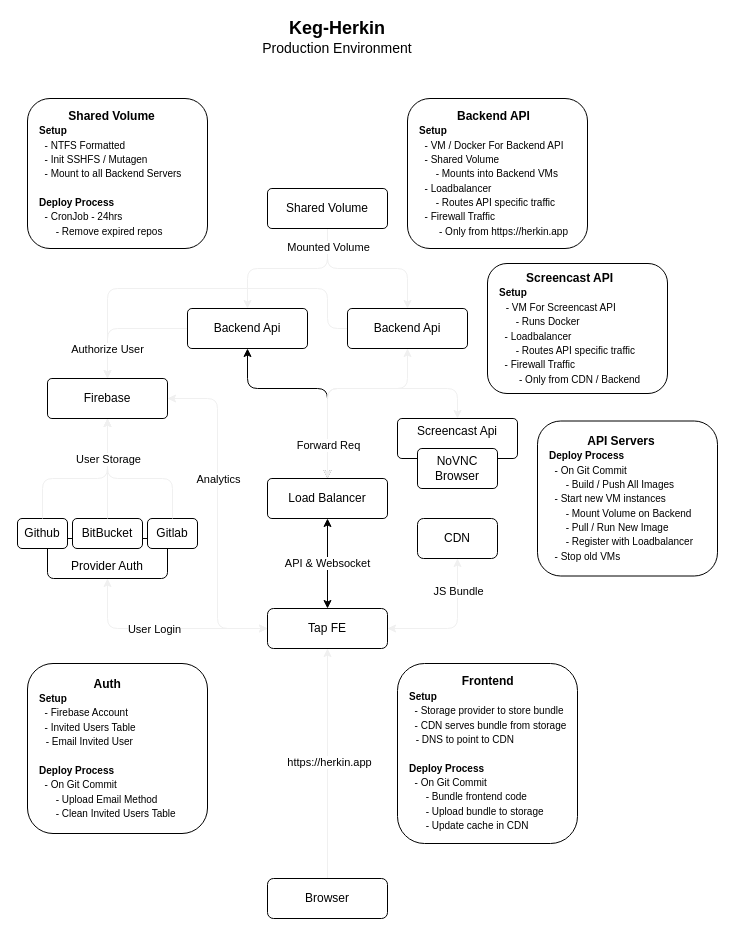
Above: docs/architecture/devOps.dio in GobletQA/goblet-core (draw.io), before the change. Source tidied: cells renumbered, new cells numbered last; positions are measured from the earlier drawing's top-left corner, leaving out a move shared by most shapes. Both pictures are drawn from the tidied source at 100%, with x=0, y=0 at pixel (17, 18).
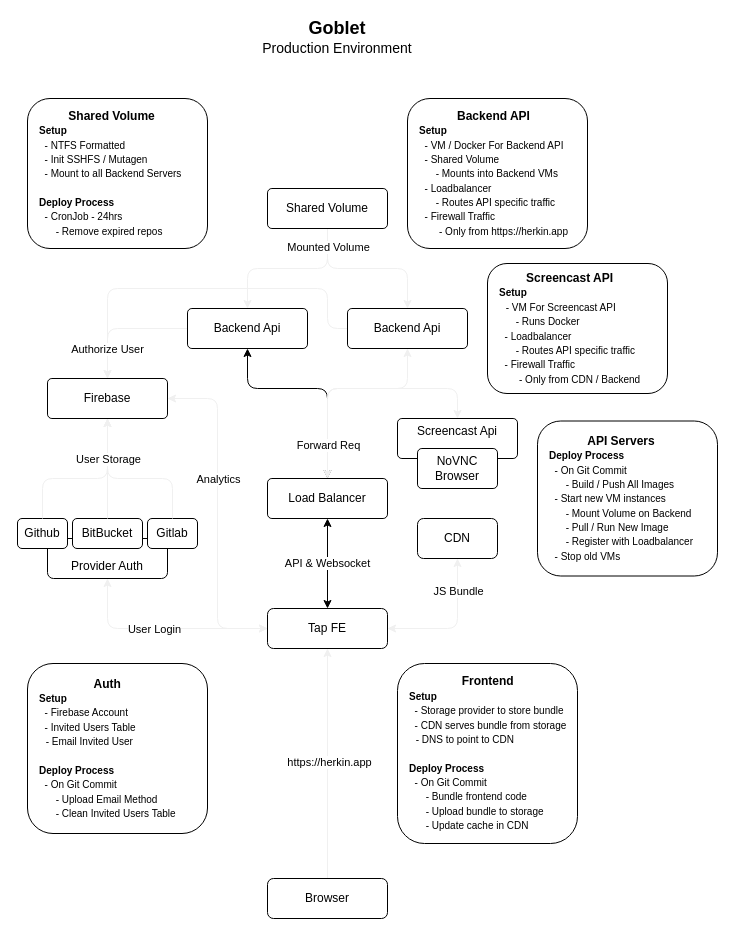
The same diagram, later.

Unchanged cells that the change refers to:
```xml
<mxCell id="46" style="group;" parent="1" vertex="1">
  <mxGeometry x="200" width="240" height="40" as="geometry" />
</mxCell>
```

Diff of the diagram source:
```diff
@@
-    <mxCell id="48" value="&lt;b&gt;&lt;font style=&quot;font-size: 18px&quot;&gt;Keg-Herkin&lt;/font&gt;&lt;/b&gt;" style="text;html=1;strokeColor=none;fillColor=none;align=center;verticalAlign=middle;whiteSpace=wrap;rounded=0;" parent="46" vertex="1">
+    <mxCell id="48" value="&lt;b&gt;&lt;font style=&quot;font-size: 18px&quot;&gt;Goblet&lt;/font&gt;&lt;/b&gt;" style="text;html=1;strokeColor=none;fillColor=none;align=center;verticalAlign=middle;whiteSpace=wrap;rounded=0;" parent="46" vertex="1">
       <mxGeometry width="240" height="20" as="geometry" />
     </mxCell>
```
